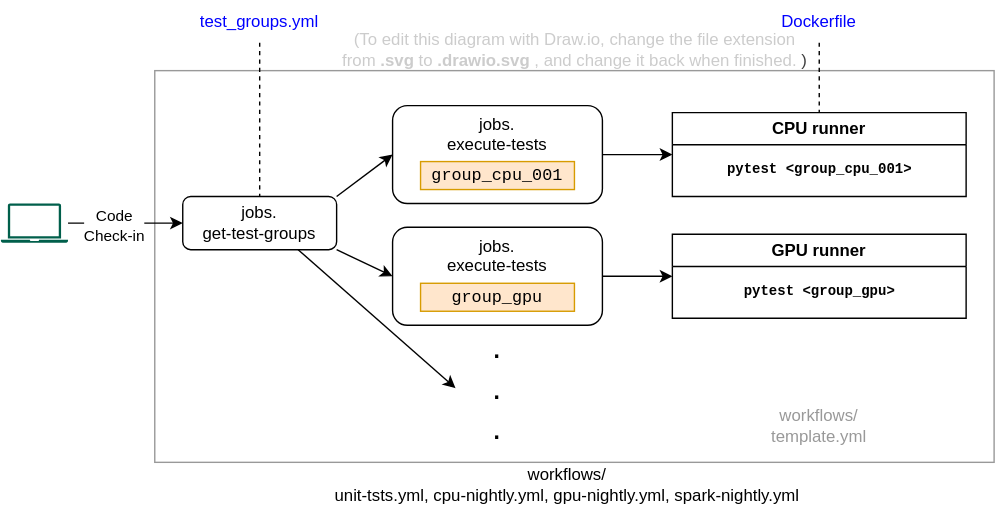
Before: tests/github-actions-tests.svg, a diagram exported from draw.io (recommenders-team/recommenders). Source tidied: cells renumbered, new cells last; positions are measured from the earlier drawing's top-left corner, leaving out a move shared by most shapes.
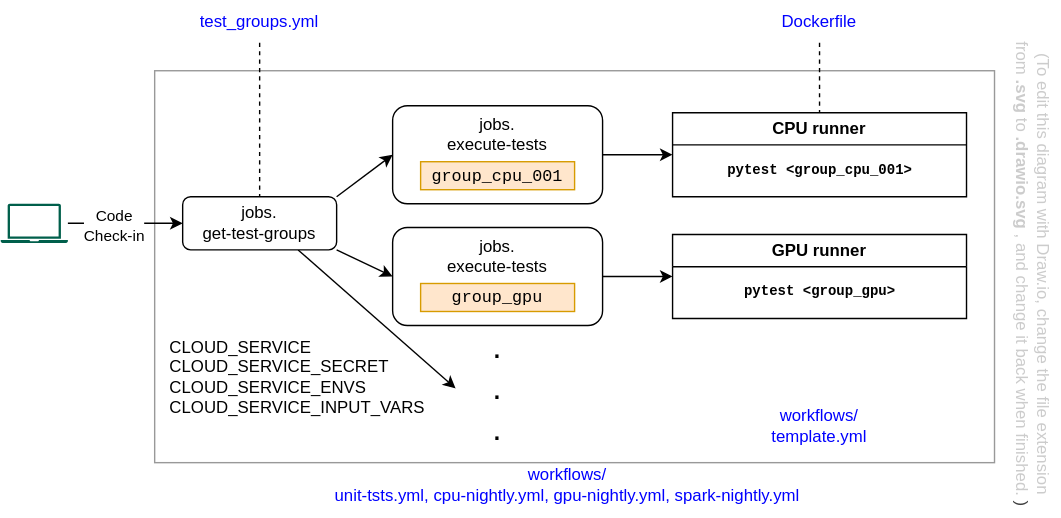
After the change.

The edit, as a diff of the source:
```diff
@@ -77,14 +77,17 @@
     <mxCell id="26" value=".&lt;div&gt;.&lt;/div&gt;&lt;div&gt;.&lt;/div&gt;" style="text;html=1;align=center;verticalAlign=middle;whiteSpace=wrap;rounded=0;fontSize=24;" parent="1" vertex="1">
       <mxGeometry x="325" y="227" width="60" height="100" as="geometry" />
     </mxCell>
-    <mxCell id="27" value="&lt;font style=&quot;color: rgb(153, 153, 153);&quot;&gt;workflows/&lt;/font&gt;&lt;div&gt;&lt;font style=&quot;color: rgb(153, 153, 153);&quot;&gt;template.yml&lt;/font&gt;&lt;/div&gt;" style="text;html=1;align=center;verticalAlign=middle;whiteSpace=wrap;rounded=0;fontColor=#999999;" parent="1" vertex="1">
+    <mxCell id="27" value="&lt;font style=&quot;color: rgb(0, 0, 255);&quot;&gt;workflows/&lt;/font&gt;&lt;div&gt;&lt;font style=&quot;color: rgb(0, 0, 255);&quot;&gt;template.yml&lt;/font&gt;&lt;/div&gt;" style="text;html=1;align=center;verticalAlign=middle;whiteSpace=wrap;rounded=0;fontColor=#0000FF;" parent="1" vertex="1">
       <mxGeometry x="460" y="280" width="250" height="48" as="geometry" />
     </mxCell>
-    <mxCell id="28" value="workflows/&lt;div&gt;unit-tsts.yml, cpu-nightly.yml, gpu-nightly.yml, spark-nightly.yml&lt;/div&gt;" style="text;html=1;align=center;verticalAlign=middle;whiteSpace=wrap;rounded=0;" parent="1" vertex="1">
+    <mxCell id="28" value="&lt;font style=&quot;color: rgb(0, 0, 255);&quot;&gt;workflows/&lt;/font&gt;&lt;div&gt;&lt;font style=&quot;color: rgb(0, 0, 255);&quot;&gt;unit-tsts.yml, cpu-nightly.yml, gpu-nightly.yml, spark-nightly.yml&lt;/font&gt;&lt;/div&gt;" style="text;html=1;align=center;verticalAlign=middle;whiteSpace=wrap;rounded=0;fontColor=#0000FF;" parent="1" vertex="1">
       <mxGeometry x="210" y="331" width="390" height="30" as="geometry" />
     </mxCell>
-    <mxCell id="29" value="&lt;font style=&quot;color: rgb(204, 204, 204);&quot;&gt;(To edit this diagram with Draw.io, change the file extension&lt;/font&gt;&lt;div&gt;&lt;font style=&quot;color: rgb(204, 204, 204);&quot;&gt;from &lt;b&gt;.svg&lt;/b&gt; to &lt;b&gt;.drawio.svg&lt;/b&gt;, and change it back when finished.&lt;span style=&quot;background-color: transparent; color: rgb(63, 63, 63);&quot;&gt;)&lt;/span&gt;&lt;/font&gt;&lt;/div&gt;" style="text;html=1;align=center;verticalAlign=middle;strokeColor=none;fillColor=none;" parent="1" vertex="1">
-      <mxGeometry x="235" y="15" width="350" height="40" as="geometry" />
+    <mxCell id="29" value="&lt;font style=&quot;color: rgb(204, 204, 204);&quot;&gt;(To edit this diagram with Draw.io, change the file extension&lt;/font&gt;&lt;div&gt;&lt;font style=&quot;color: rgb(204, 204, 204);&quot;&gt;from &lt;b&gt;.svg&lt;/b&gt; to &lt;b&gt;.drawio.svg&lt;/b&gt;, and change it back when finished.&lt;span style=&quot;background-color: transparent; color: rgb(63, 63, 63);&quot;&gt;)&lt;/span&gt;&lt;/font&gt;&lt;/div&gt;" style="text;html=1;align=center;verticalAlign=middle;strokeColor=none;fillColor=none;rotation=90;" parent="1" vertex="1">
+      <mxGeometry x="563" y="175" width="350" height="40" as="geometry" />
     </mxCell>
+    <mxCell id="30" value="CLOUD_SERVICE&lt;div&gt;CLOUD_SERVICE_SECRET&lt;/div&gt;&lt;div&gt;CLOUD_SERVICE_ENVS&lt;/div&gt;&lt;div style=&quot;&quot;&gt;CLOUD_SERVICE_INPUT_VARS&lt;/div&gt;" style="text;html=1;align=left;verticalAlign=middle;strokeColor=none;fillColor=none;" parent="1" vertex="1">
+      <mxGeometry x="119" y="234" width="210" height="70" as="geometry" />
+    </mxCell>
   </root>
 </mxGraphModel>
```
